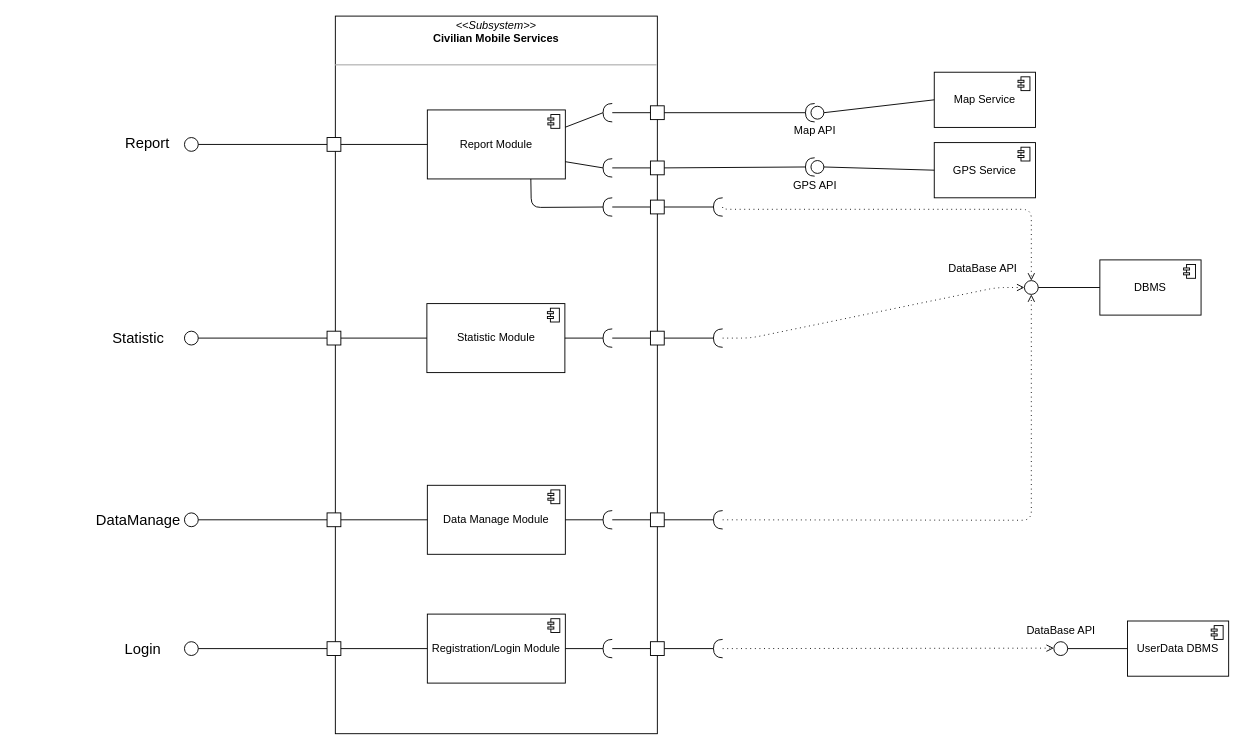
This is DD/images/Drawio/CivilianMobileServicesProjection.drawio from marcuz1996/Software-Engineering-Project, a draw.io file, before an edit. Source tidied: cells renumbered, new cells numbered last; positions are measured from the earlier drawing's top-left corner, leaving out a move shared by most shapes. Both pictures are drawn from the tidied source at 92%, with x=0, y=0 at pixel (97, 16).
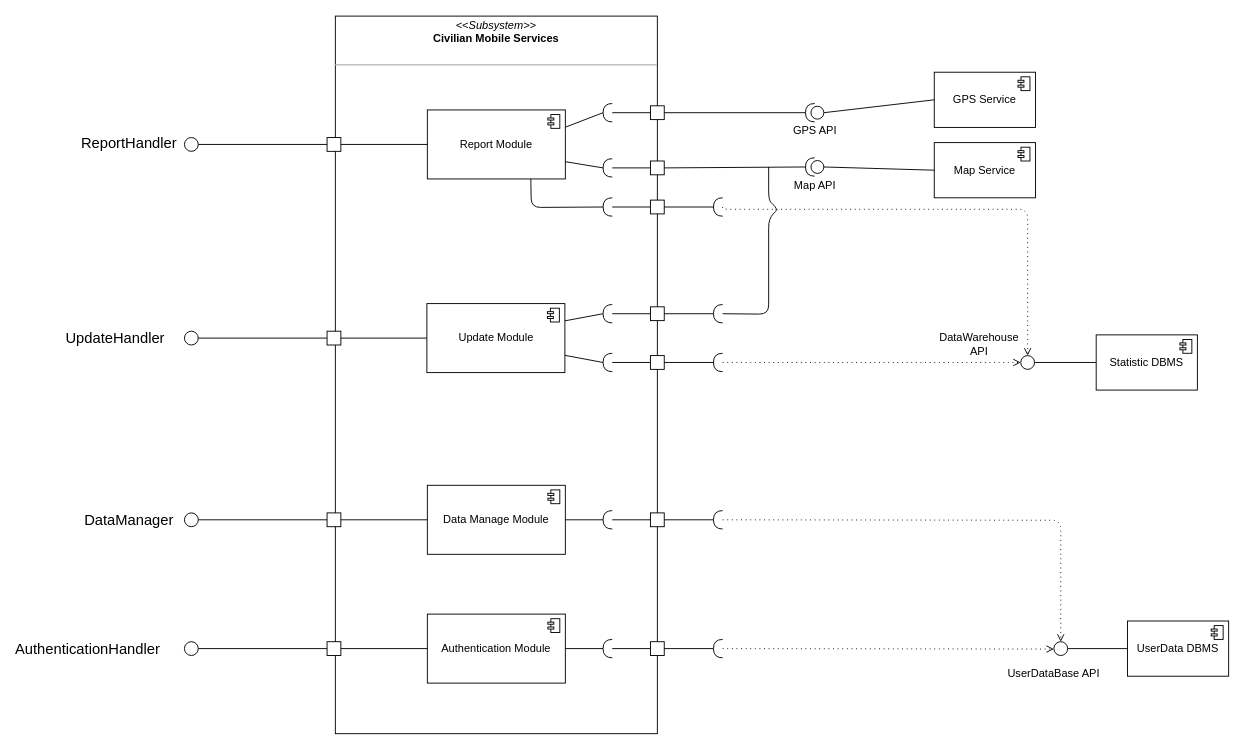
After the change.

Commit message (it also covers changes not shown here):
Civilian component projection

Unchanged cells that the change refers to:
```xml
<mxCell id="53" style="shape=requiredInterface;html=1;verticalLabelPosition=bottom;direction=west;" parent="1" vertex="1">
  <mxGeometry x="670" y="537.5" width="10" height="20" as="geometry" />
</mxCell>
<mxCell id="71" style="shape=requiredInterface;html=1;verticalLabelPosition=bottom;direction=west;" parent="1" vertex="1">
  <mxGeometry x="670" y="677.5" width="10" height="20" as="geometry" />
</mxCell>
```

What changed in the source:
```diff
@@
+    <mxCell id="75" style="ellipse;html=1;verticalLabelPosition=bottom;labelBackgroundColor=#ffffff;verticalAlign=bottom;fillColor=#ffffff;direction=east;" parent="1" vertex="1">
+      <mxGeometry x="1040" y="680" width="15" height="15" as="geometry" />
+    </mxCell>
@@
-    <mxCell id="4" value="Statistic Module" style="html=1;outlineConnect=0;whiteSpace=wrap;shape=mxgraph.archimate3.application;appType=comp;archiType=square;" parent="1" vertex="1">
+    <mxCell id="4" value="Update Module" style="html=1;outlineConnect=0;whiteSpace=wrap;shape=mxgraph.archimate3.application;appType=comp;archiType=square;" parent="1" vertex="1">
       <mxGeometry x="358.5" y="312.5" width="150" height="75" as="geometry" />
     </mxCell>
@@
-    <mxCell id="6" value="Map Service" style="html=1;outlineConnect=0;whiteSpace=wrap;shape=mxgraph.archimate3.application;appType=comp;archiType=square;" parent="1" vertex="1">
+    <mxCell id="6" value="GPS Service" style="html=1;outlineConnect=0;whiteSpace=wrap;shape=mxgraph.archimate3.application;appType=comp;archiType=square;" parent="1" vertex="1">
       <mxGeometry x="910" y="61" width="110" height="60" as="geometry" />
     </mxCell>
-    <mxCell id="7" value="GPS Service" style="html=1;outlineConnect=0;whiteSpace=wrap;shape=mxgraph.archimate3.application;appType=comp;archiType=square;" parent="1" vertex="1">
+    <mxCell id="7" value="Map Service" style="html=1;outlineConnect=0;whiteSpace=wrap;shape=mxgraph.archimate3.application;appType=comp;archiType=square;" parent="1" vertex="1">
       <mxGeometry x="910" y="137.5" width="110" height="60" as="geometry" />
     </mxCell>
-    <mxCell id="8" value="&lt;font style=&quot;font-size: 16px&quot;&gt;Report&lt;/font&gt;" style="text;html=1;strokeColor=none;fillColor=none;align=center;verticalAlign=middle;whiteSpace=wrap;rounded=0;" parent="1" vertex="1">
-      <mxGeometry x="10" y="121" width="90" height="33" as="geometry" />
+    <mxCell id="8" value="&lt;font style=&quot;font-size: 16px&quot;&gt;ReportHandler&lt;/font&gt;" style="text;html=1;strokeColor=none;fillColor=none;align=center;verticalAlign=middle;whiteSpace=wrap;rounded=0;" parent="1" vertex="1">
+      <mxGeometry x="-10" y="121" width="90" height="33" as="geometry" />
     </mxCell>
@@
-    <mxCell id="21" value="Map API" style="shape=providedRequiredInterface;html=1;verticalLabelPosition=bottom;direction=west;" parent="1" vertex="1">
+    <mxCell id="21" value="GPS API" style="shape=providedRequiredInterface;html=1;verticalLabelPosition=bottom;direction=west;" parent="1" vertex="1">
       <mxGeometry x="770" y="95" width="20" height="20" as="geometry" />
     </mxCell>
-    <mxCell id="22" value="GPS API" style="shape=providedRequiredInterface;html=1;verticalLabelPosition=bottom;direction=west;" parent="1" vertex="1">
+    <mxCell id="22" value="Map API" style="shape=providedRequiredInterface;html=1;verticalLabelPosition=bottom;direction=west;" parent="1" vertex="1">
       <mxGeometry x="770" y="154" width="20" height="20" as="geometry" />
     </mxCell>
@@
-    <mxCell id="27" value="DBMS" style="html=1;outlineConnect=0;whiteSpace=wrap;shape=mxgraph.archimate3.application;appType=comp;archiType=square;" parent="1" vertex="1">
-      <mxGeometry x="1090" y="265" width="110" height="60" as="geometry" />
+    <mxCell id="27" value="Statistic DBMS" style="html=1;outlineConnect=0;whiteSpace=wrap;shape=mxgraph.archimate3.application;appType=comp;archiType=square;" parent="1" vertex="1">
+      <mxGeometry x="1086" y="346.5" width="110" height="60" as="geometry" />
     </mxCell>
     <mxCell id="28" style="ellipse;html=1;verticalLabelPosition=bottom;labelBackgroundColor=#ffffff;verticalAlign=top;fillColor=#ffffff;" parent="1" vertex="1">
-      <mxGeometry x="1008" y="287.5" width="15" height="15" as="geometry" />
+      <mxGeometry x="1004" y="369" width="15" height="15" as="geometry" />
     </mxCell>
@@
-    <mxCell id="37" value="DataBase API" style="text;html=1;strokeColor=none;fillColor=none;align=center;verticalAlign=middle;whiteSpace=wrap;rounded=0;" parent="1" vertex="1">
-      <mxGeometry x="918" y="265" width="90" height="20" as="geometry" />
+    <mxCell id="37" value="DataWarehouse API" style="text;html=1;strokeColor=none;fillColor=none;align=center;verticalAlign=middle;whiteSpace=wrap;rounded=0;" parent="1" vertex="1">
+      <mxGeometry x="914" y="346.5" width="90" height="20" as="geometry" />
     </mxCell>
     <mxCell id="38" style="shape=requiredInterface;html=1;verticalLabelPosition=bottom;direction=west;" parent="1" vertex="1">
-      <mxGeometry x="550" y="340" width="10" height="20" as="geometry" />
+      <mxGeometry x="550" y="366.5" width="10" height="20" as="geometry" />
     </mxCell>
-    <mxCell id="39" style="endArrow=none;html=1;entryX=0;entryY=0.5;entryDx=0;entryDy=0;exitX=0;exitY=0.5;exitDx=0;exitDy=0;exitPerimeter=0;" parent="1" edge="1" source="38" target="40">
+    <mxCell id="39" style="endArrow=none;html=1;exitX=0;exitY=0.5;exitDx=0;exitDy=0;exitPerimeter=0;" parent="1" edge="1" source="38" target="40">
       <mxGeometry relative="1" as="geometry" />
     </mxCell>
     <mxCell id="40" style="whiteSpace=wrap;html=1;" parent="1" vertex="1">
-      <mxGeometry x="601.5" y="342.5" width="15" height="15" as="geometry" />
+      <mxGeometry x="601.5" y="369" width="15" height="15" as="geometry" />
     </mxCell>
     <mxCell id="41" style="shape=requiredInterface;html=1;verticalLabelPosition=bottom;direction=west;" parent="1" vertex="1">
-      <mxGeometry x="670" y="340" width="10" height="20" as="geometry" />
+      <mxGeometry x="670" y="366.5" width="10" height="20" as="geometry" />
     </mxCell>
-    <mxCell id="42" style="endArrow=none;html=1;entryX=1;entryY=0.5;entryDx=0;entryDy=0;exitX=1;exitY=0.5;exitDx=0;exitDy=0;entryPerimeter=0;" parent="1" edge="1" source="40" target="41">
+    <mxCell id="42" style="endArrow=none;html=1;exitX=1;exitY=0.5;exitDx=0;exitDy=0;entryX=1;entryY=0.5;entryDx=0;entryDy=0;entryPerimeter=0;" parent="1" edge="1" source="40" target="41">
       <mxGeometry relative="1" as="geometry" />
     </mxCell>
-    <mxCell id="43" style="endArrow=none;html=1;entryX=1;entryY=0.5;entryDx=0;entryDy=0;exitX=1;exitY=0.5;exitDx=0;exitDy=0;exitPerimeter=0;entryPerimeter=0;" parent="1" edge="1" source="4" target="38">
+    <mxCell id="43" style="endArrow=none;html=1;entryX=1;entryY=0.5;entryDx=0;entryDy=0;exitX=1;exitY=0.75;exitDx=0;exitDy=0;exitPerimeter=0;entryPerimeter=0;" parent="1" edge="1" source="4" target="38">
       <mxGeometry relative="1" as="geometry" />
     </mxCell>
@@
-    <mxCell id="48" value="&lt;font style=&quot;font-size: 16px&quot;&gt;Statistic&lt;/font&gt;" style="text;html=1;strokeColor=none;fillColor=none;align=center;verticalAlign=middle;whiteSpace=wrap;rounded=0;" parent="1" vertex="1">
-      <mxGeometry y="333.5" width="90" height="33" as="geometry" />
+    <mxCell id="48" value="&lt;font style=&quot;font-size: 16px&quot;&gt;UpdateHandler&lt;/font&gt;" style="text;html=1;strokeColor=none;fillColor=none;align=center;verticalAlign=middle;whiteSpace=wrap;rounded=0;" parent="1" vertex="1">
+      <mxGeometry x="-25" y="333.5" width="90" height="33" as="geometry" />
     </mxCell>
@@
-    <mxCell id="56" style="edgeStyle=elbowEdgeStyle;html=1;endArrow=open;elbow=vertical;endFill=0;dashed=1;dashPattern=1 4;exitX=0;exitY=0.5;exitDx=0;exitDy=0;exitPerimeter=0;entryX=0.5;entryY=1;entryDx=0;entryDy=0;" parent="1" edge="1" source="53" target="28">
+    <mxCell id="56" style="edgeStyle=elbowEdgeStyle;html=1;endArrow=open;elbow=vertical;endFill=0;dashed=1;dashPattern=1 4;exitX=0;exitY=0.5;exitDx=0;exitDy=0;exitPerimeter=0;entryX=0.5;entryY=0;entryDx=0;entryDy=0;" parent="1" edge="1" source="53" target="75">
       <mxGeometry relative="1" as="geometry">
         <Array as="points">
           <mxPoint x="1010" y="548" />
           <mxPoint x="820" y="547.5" />
         </Array>
       </mxGeometry>
     </mxCell>
@@
-    <mxCell id="60" value="&lt;font style=&quot;font-size: 16px&quot;&gt;DataManage&lt;/font&gt;" style="text;html=1;strokeColor=none;fillColor=none;align=center;verticalAlign=middle;whiteSpace=wrap;rounded=0;" parent="1" vertex="1">
-      <mxGeometry y="531" width="90" height="33" as="geometry" />
+    <mxCell id="60" value="&lt;font style=&quot;font-size: 16px&quot;&gt;DataManager&lt;/font&gt;" style="text;html=1;strokeColor=none;fillColor=none;align=center;verticalAlign=middle;whiteSpace=wrap;rounded=0;" parent="1" vertex="1">
+      <mxGeometry x="-10" y="531" width="90" height="33" as="geometry" />
     </mxCell>
@@
-    <mxCell id="62" value="Registration/Login Module" style="html=1;outlineConnect=0;whiteSpace=wrap;shape=mxgraph.archimate3.application;appType=comp;archiType=square;" parent="1" vertex="1">
+    <mxCell id="62" value="Authentication Module" style="html=1;outlineConnect=0;whiteSpace=wrap;shape=mxgraph.archimate3.application;appType=comp;archiType=square;" parent="1" vertex="1">
       <mxGeometry x="359" y="650" width="150" height="75" as="geometry" />
     </mxCell>
@@
     <mxCell id="74" style="edgeStyle=elbowEdgeStyle;html=1;endArrow=open;elbow=vertical;endFill=0;dashed=1;dashPattern=1 4;exitX=0;exitY=0.5;exitDx=0;exitDy=0;exitPerimeter=0;entryX=0;entryY=0.5;entryDx=0;entryDy=0;" parent="1" edge="1" source="71" target="75">
       <mxGeometry relative="1" as="geometry">
         <Array as="points">
+          <mxPoint x="1000" y="688" />
+          <mxPoint x="990" y="690" />
+          <mxPoint x="990" y="700" />
           <mxPoint x="990" y="687" />
           <mxPoint x="980" y="720" />
           <mxPoint x="1100" y="673" />
           <mxPoint x="900" y="680" />
           <mxPoint x="1049.5" y="691" />
           <mxPoint x="859.5" y="690.5" />
         </Array>
       </mxGeometry>
     </mxCell>
-    <mxCell id="75" style="ellipse;html=1;verticalLabelPosition=bottom;labelBackgroundColor=#ffffff;verticalAlign=top;fillColor=#ffffff;" parent="1" vertex="1">
-      <mxGeometry x="1040" y="680" width="15" height="15" as="geometry" />
-    </mxCell>
@@
-    <mxCell id="77" value="DataBase API" style="text;html=1;strokeColor=none;fillColor=none;align=center;verticalAlign=middle;whiteSpace=wrap;rounded=0;" parent="1" vertex="1">
-      <mxGeometry x="1002.5" y="657.5" width="90" height="20" as="geometry" />
-    </mxCell>
-    <mxCell id="78" value="&lt;font style=&quot;font-size: 16px&quot;&gt;Login&lt;/font&gt;" style="text;html=1;strokeColor=none;fillColor=none;align=center;verticalAlign=middle;whiteSpace=wrap;rounded=0;" parent="1" vertex="1">
-      <mxGeometry x="20" y="671" width="60" height="33" as="geometry" />
+    <mxCell id="78" value="&lt;font style=&quot;font-size: 16px&quot;&gt;AuthenticationHandler&lt;/font&gt;" style="text;html=1;strokeColor=none;fillColor=none;align=center;verticalAlign=middle;whiteSpace=wrap;rounded=0;" parent="1" vertex="1">
+      <mxGeometry x="-40" y="671" width="60" height="33" as="geometry" />
     </mxCell>
+    <mxCell id="79" style="shape=requiredInterface;html=1;verticalLabelPosition=bottom;direction=west;" parent="1" vertex="1">
+      <mxGeometry x="550" y="313.5" width="10" height="20" as="geometry" />
+    </mxCell>
+    <mxCell id="80" style="endArrow=none;html=1;exitX=0;exitY=0.5;exitDx=0;exitDy=0;exitPerimeter=0;" parent="1" edge="1" source="79" target="81">
+      <mxGeometry relative="1" as="geometry" />
+    </mxCell>
+    <mxCell id="81" style="whiteSpace=wrap;html=1;" parent="1" vertex="1">
+      <mxGeometry x="601.5" y="316" width="15" height="15" as="geometry" />
+    </mxCell>
+    <mxCell id="82" style="shape=requiredInterface;html=1;verticalLabelPosition=bottom;direction=west;" parent="1" vertex="1">
+      <mxGeometry x="670" y="313.5" width="10" height="20" as="geometry" />
+    </mxCell>
+    <mxCell id="83" style="endArrow=none;html=1;exitX=1;exitY=0.5;exitDx=0;exitDy=0;" parent="1" edge="1" source="81" target="82">
+      <mxGeometry relative="1" as="geometry" />
+    </mxCell>
+    <mxCell id="84" style="endArrow=none;html=1;entryX=1;entryY=0.5;entryDx=0;entryDy=0;exitX=1;exitY=0.25;exitDx=0;exitDy=0;exitPerimeter=0;entryPerimeter=0;" parent="1" edge="1" source="4" target="79">
+      <mxGeometry relative="1" as="geometry" />
+    </mxCell>
+    <mxCell id="85" style="endArrow=none;html=1;exitX=0;exitY=0.5;exitDx=0;exitDy=0;exitPerimeter=0;" parent="1" edge="1" source="82">
+      <mxGeometry relative="1" as="geometry">
+        <mxPoint x="730" y="164" as="targetPoint" />
+        <Array as="points">
+          <mxPoint x="730" y="324" />
+          <mxPoint x="730" y="220" />
+          <mxPoint x="740" y="210" />
+          <mxPoint x="730" y="200" />
+        </Array>
+      </mxGeometry>
+    </mxCell>
+    <mxCell id="86" value="UserDataBase API" style="text;html=1;align=left;verticalAlign=top;spacingTop=-4;" parent="1" vertex="1">
+      <mxGeometry x="987.5" y="705" width="120" height="20" as="geometry" />
+    </mxCell>
```
